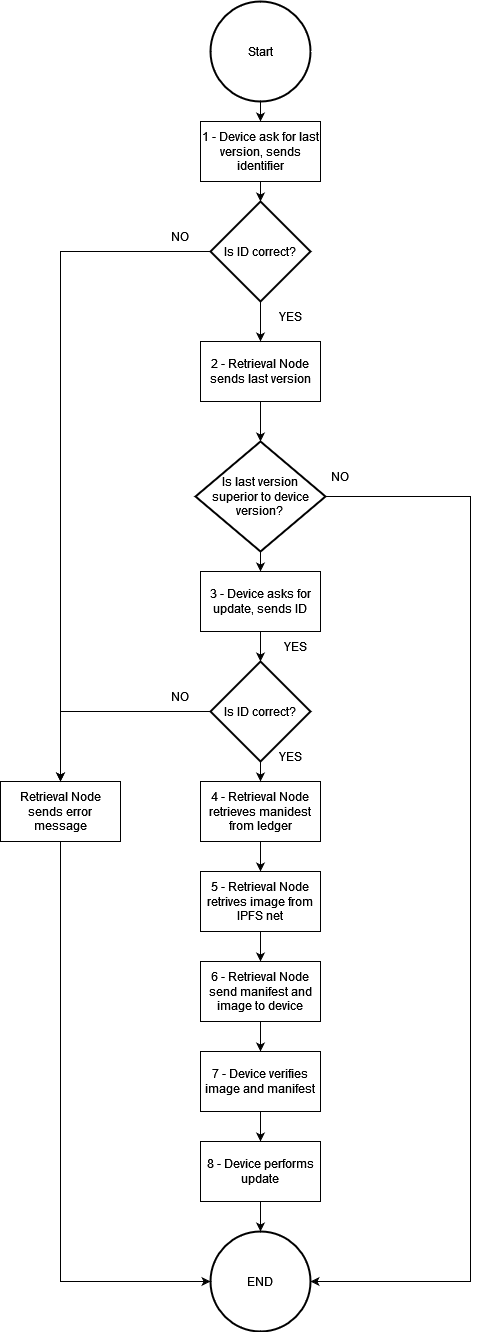
Earlier version of the draw.io export FlowDiagrams/RetrieveUpdate/RetrieveUpdate.drawio.png (sfl0r3nz05/DistributedBchFWArchIoT). Source tidied: cells renumbered, new cells last; positions are measured from the earlier drawing's top-left corner, leaving out a move shared by most shapes.
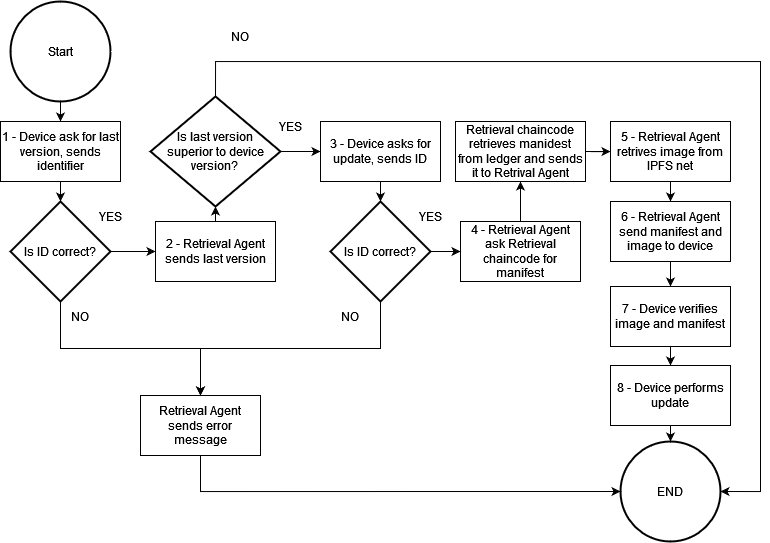
The same file after the commit.

Change to the diagram source:
```diff
@@ -14,106 +14,113 @@
     <mxCell id="5" value="1 - Device ask for last version, sends identifier" style="rounded=0;whiteSpace=wrap;html=1;" parent="1" vertex="1">
       <mxGeometry x="200" y="120" width="120" height="60" as="geometry" />
     </mxCell>
-    <mxCell id="6" style="edgeStyle=orthogonalEdgeStyle;rounded=0;jettySize=auto;html=1;exitX=0.5;exitY=1;exitDx=0;exitDy=0;entryX=0.5;entryY=0;entryDx=0;entryDy=0;entryPerimeter=0;" parent="1" edge="1" source="7" target="13">
+    <mxCell id="6" style="edgeStyle=orthogonalEdgeStyle;rounded=0;jettySize=auto;html=1;exitX=0.5;exitY=0;exitDx=0;exitDy=0;entryX=0.5;entryY=1;entryDx=0;entryDy=0;entryPerimeter=0;" parent="1" edge="1" source="7" target="13">
       <mxGeometry relative="1" as="geometry" />
     </mxCell>
-    <mxCell id="7" value="2 - Retrieval Node sends last version" style="rounded=0;whiteSpace=wrap;html=1;" parent="1" vertex="1">
-      <mxGeometry x="200" y="340" width="120" height="60" as="geometry" />
+    <mxCell id="7" value="2 - Retrieval Agent sends last version" style="rounded=0;whiteSpace=wrap;html=1;" parent="1" vertex="1">
+      <mxGeometry x="355" y="220" width="120" height="60" as="geometry" />
     </mxCell>
-    <mxCell id="8" style="edgeStyle=orthogonalEdgeStyle;rounded=0;jettySize=auto;html=1;exitX=0.5;exitY=1;exitDx=0;exitDy=0;exitPerimeter=0;entryX=0.5;entryY=0;entryDx=0;entryDy=0;" parent="1" edge="1" source="10" target="7">
+    <mxCell id="8" style="edgeStyle=orthogonalEdgeStyle;rounded=0;jettySize=auto;html=1;exitX=1;exitY=0.5;exitDx=0;exitDy=0;exitPerimeter=0;entryX=0;entryY=0.5;entryDx=0;entryDy=0;" parent="1" edge="1" source="10" target="7">
       <mxGeometry relative="1" as="geometry" />
     </mxCell>
-    <mxCell id="9" style="edgeStyle=orthogonalEdgeStyle;rounded=0;jettySize=auto;html=1;exitX=0;exitY=0.5;exitDx=0;exitDy=0;exitPerimeter=0;entryX=0.5;entryY=0;entryDx=0;entryDy=0;" parent="1" edge="1" source="10" target="16">
+    <mxCell id="9" style="edgeStyle=orthogonalEdgeStyle;rounded=0;jettySize=auto;html=1;exitX=0.5;exitY=1;exitDx=0;exitDy=0;exitPerimeter=0;entryX=0.5;entryY=0;entryDx=0;entryDy=0;" parent="1" edge="1" source="10" target="16">
       <mxGeometry relative="1" as="geometry" />
     </mxCell>
     <mxCell id="10" value="Is ID correct?" style="strokeWidth=2;html=1;shape=mxgraph.flowchart.decision;whiteSpace=wrap;" parent="1" vertex="1">
       <mxGeometry x="210" y="200" width="100" height="100" as="geometry" />
     </mxCell>
-    <mxCell id="11" style="edgeStyle=orthogonalEdgeStyle;rounded=0;jettySize=auto;html=1;exitX=0.5;exitY=1;exitDx=0;exitDy=0;exitPerimeter=0;entryX=0.5;entryY=0;entryDx=0;entryDy=0;" parent="1" edge="1" source="13" target="19">
+    <mxCell id="11" style="edgeStyle=orthogonalEdgeStyle;rounded=0;jettySize=auto;html=1;exitX=1;exitY=0.5;exitDx=0;exitDy=0;exitPerimeter=0;entryX=0;entryY=0.5;entryDx=0;entryDy=0;" parent="1" edge="1" source="13" target="19">
       <mxGeometry relative="1" as="geometry" />
     </mxCell>
-    <mxCell id="12" style="edgeStyle=orthogonalEdgeStyle;rounded=0;jettySize=auto;html=1;exitX=1;exitY=0.5;exitDx=0;exitDy=0;exitPerimeter=0;entryX=1;entryY=0.5;entryDx=0;entryDy=0;entryPerimeter=0;" parent="1" edge="1" source="13" target="35">
+    <mxCell id="12" style="edgeStyle=orthogonalEdgeStyle;rounded=0;jettySize=auto;html=1;exitX=0.5;exitY=0;exitDx=0;exitDy=0;exitPerimeter=0;entryX=1;entryY=0.5;entryDx=0;entryDy=0;entryPerimeter=0;" parent="1" edge="1" source="13" target="35">
       <mxGeometry relative="1" as="geometry">
         <Array as="points">
-          <mxPoint x="470" y="495" />
-          <mxPoint x="470" y="1280" />
+          <mxPoint x="415" y="60" />
+          <mxPoint x="960" y="60" />
+          <mxPoint x="960" y="490" />
         </Array>
       </mxGeometry>
     </mxCell>
     <mxCell id="13" value="&lt;div&gt;Is last version&lt;/div&gt;&lt;div&gt;superior to device version?&lt;br&gt;&lt;/div&gt;" style="strokeWidth=2;html=1;shape=mxgraph.flowchart.decision;whiteSpace=wrap;" parent="1" vertex="1">
-      <mxGeometry x="195" y="440" width="130" height="110" as="geometry" />
+      <mxGeometry x="350" y="95" width="130" height="110" as="geometry" />
     </mxCell>
     <mxCell id="14" value="YES" style="text;html=1;strokeColor=none;fillColor=none;align=center;verticalAlign=middle;whiteSpace=wrap;rounded=0;" parent="1" vertex="1">
-      <mxGeometry x="260" y="300" width="60" height="30" as="geometry" />
+      <mxGeometry x="280" y="200" width="60" height="30" as="geometry" />
     </mxCell>
     <mxCell id="15" style="edgeStyle=orthogonalEdgeStyle;rounded=0;jettySize=auto;html=1;exitX=0.5;exitY=1;exitDx=0;exitDy=0;entryX=0;entryY=0.5;entryDx=0;entryDy=0;entryPerimeter=0;" parent="1" edge="1" source="16" target="35">
       <mxGeometry relative="1" as="geometry" />
     </mxCell>
-    <mxCell id="16" value="Retrieval Node sends error message" style="rounded=0;whiteSpace=wrap;html=1;" parent="1" vertex="1">
-      <mxGeometry y="780" width="120" height="60" as="geometry" />
+    <mxCell id="16" value="Retrieval Agent sends error message" style="rounded=0;whiteSpace=wrap;html=1;" parent="1" vertex="1">
+      <mxGeometry x="340" y="394" width="120" height="60" as="geometry" />
     </mxCell>
     <mxCell id="17" value="NO" style="text;html=1;strokeColor=none;fillColor=none;align=center;verticalAlign=middle;whiteSpace=wrap;rounded=0;" parent="1" vertex="1">
-      <mxGeometry x="150" y="220" width="60" height="30" as="geometry" />
+      <mxGeometry x="250" y="300" width="60" height="30" as="geometry" />
     </mxCell>
     <mxCell id="18" style="edgeStyle=orthogonalEdgeStyle;rounded=0;jettySize=auto;html=1;exitX=0.5;exitY=1;exitDx=0;exitDy=0;entryX=0.5;entryY=0;entryDx=0;entryDy=0;entryPerimeter=0;" parent="1" edge="1" source="19" target="24">
       <mxGeometry relative="1" as="geometry" />
     </mxCell>
     <mxCell id="19" value="3 - Device asks for update, sends ID" style="rounded=0;whiteSpace=wrap;html=1;" parent="1" vertex="1">
-      <mxGeometry x="200" y="570" width="120" height="60" as="geometry" />
+      <mxGeometry x="520" y="120" width="120" height="60" as="geometry" />
     </mxCell>
-    <mxCell id="20" style="edgeStyle=orthogonalEdgeStyle;rounded=0;jettySize=auto;html=1;exitX=0.5;exitY=1;exitDx=0;exitDy=0;" parent="1" edge="1" source="21" target="28">
-      <mxGeometry relative="1" as="geometry" />
-    </mxCell>
+    <mxCell id="38" style="edgeStyle=orthogonalEdgeStyle;rounded=0;jettySize=auto;html=1;exitX=0.5;exitY=0;exitDx=0;exitDy=0;entryX=0.5;entryY=1;entryDx=0;entryDy=0;" parent="1" edge="1" source="21" target="40">
+      <mxGeometry relative="1" as="geometry" />
+    </mxCell>
-    <mxCell id="21" value="4 - Retrieval Node retrieves manidest from ledger" style="rounded=0;whiteSpace=wrap;html=1;" parent="1" vertex="1">
-      <mxGeometry x="200" y="780" width="120" height="60" as="geometry" />
+    <mxCell id="21" value="4 - Retrieval Agent ask Retrieval chaincode for manifest" style="rounded=0;whiteSpace=wrap;html=1;" parent="1" vertex="1">
+      <mxGeometry x="660" y="220" width="120" height="60" as="geometry" />
     </mxCell>
-    <mxCell id="22" style="edgeStyle=orthogonalEdgeStyle;rounded=0;jettySize=auto;html=1;exitX=0.5;exitY=1;exitDx=0;exitDy=0;exitPerimeter=0;entryX=0.5;entryY=0;entryDx=0;entryDy=0;" parent="1" edge="1" source="24" target="21">
+    <mxCell id="22" style="edgeStyle=orthogonalEdgeStyle;rounded=0;jettySize=auto;html=1;exitX=1;exitY=0.5;exitDx=0;exitDy=0;exitPerimeter=0;entryX=0;entryY=0.5;entryDx=0;entryDy=0;" parent="1" edge="1" source="24" target="21">
       <mxGeometry relative="1" as="geometry" />
     </mxCell>
-    <mxCell id="23" style="edgeStyle=orthogonalEdgeStyle;rounded=0;jettySize=auto;html=1;exitX=0;exitY=0.5;exitDx=0;exitDy=0;exitPerimeter=0;entryX=0.5;entryY=0;entryDx=0;entryDy=0;" parent="1" edge="1" source="24" target="16">
+    <mxCell id="23" style="edgeStyle=orthogonalEdgeStyle;rounded=0;jettySize=auto;html=1;exitX=0.5;exitY=1;exitDx=0;exitDy=0;exitPerimeter=0;entryX=0.5;entryY=0;entryDx=0;entryDy=0;" parent="1" edge="1" source="24" target="16">
       <mxGeometry relative="1" as="geometry" />
     </mxCell>
     <mxCell id="24" value="Is ID correct?" style="strokeWidth=2;html=1;shape=mxgraph.flowchart.decision;whiteSpace=wrap;" parent="1" vertex="1">
-      <mxGeometry x="210" y="660" width="100" height="100" as="geometry" />
+      <mxGeometry x="530" y="200" width="100" height="100" as="geometry" />
     </mxCell>
     <mxCell id="25" value="YES" style="text;html=1;strokeColor=none;fillColor=none;align=center;verticalAlign=middle;whiteSpace=wrap;rounded=0;" parent="1" vertex="1">
-      <mxGeometry x="260" y="740" width="60" height="30" as="geometry" />
+      <mxGeometry x="600" y="200" width="60" height="30" as="geometry" />
     </mxCell>
     <mxCell id="26" value="NO" style="text;html=1;strokeColor=none;fillColor=none;align=center;verticalAlign=middle;whiteSpace=wrap;rounded=0;" parent="1" vertex="1">
-      <mxGeometry x="150" y="680" width="60" height="30" as="geometry" />
+      <mxGeometry x="520" y="300" width="60" height="30" as="geometry" />
     </mxCell>
     <mxCell id="27" style="edgeStyle=orthogonalEdgeStyle;rounded=0;jettySize=auto;html=1;exitX=0.5;exitY=1;exitDx=0;exitDy=0;entryX=0.5;entryY=0;entryDx=0;entryDy=0;" parent="1" edge="1" source="28" target="30">
       <mxGeometry relative="1" as="geometry" />
     </mxCell>
-    <mxCell id="28" value="5 - Retrieval Node retrives image from IPFS net" style="rounded=0;whiteSpace=wrap;html=1;" parent="1" vertex="1">
-      <mxGeometry x="200" y="870" width="120" height="60" as="geometry" />
+    <mxCell id="28" value="5 - Retrieval Agent retrives image from IPFS net" style="rounded=0;whiteSpace=wrap;html=1;" parent="1" vertex="1">
+      <mxGeometry x="810" y="120" width="120" height="60" as="geometry" />
     </mxCell>
     <mxCell id="29" style="edgeStyle=orthogonalEdgeStyle;rounded=0;jettySize=auto;html=1;exitX=0.5;exitY=1;exitDx=0;exitDy=0;entryX=0.5;entryY=0;entryDx=0;entryDy=0;" parent="1" edge="1" source="30" target="32">
       <mxGeometry relative="1" as="geometry" />
     </mxCell>
-    <mxCell id="30" value="6 - Retrieval Node send manifest and image to device" style="rounded=0;whiteSpace=wrap;html=1;" parent="1" vertex="1">
-      <mxGeometry x="200" y="960" width="120" height="60" as="geometry" />
+    <mxCell id="30" value="6 - Retrieval Agent send manifest and image to device" style="rounded=0;whiteSpace=wrap;html=1;" parent="1" vertex="1">
+      <mxGeometry x="810" y="200" width="120" height="60" as="geometry" />
     </mxCell>
     <mxCell id="31" style="edgeStyle=orthogonalEdgeStyle;rounded=0;jettySize=auto;html=1;exitX=0.5;exitY=1;exitDx=0;exitDy=0;entryX=0.5;entryY=0;entryDx=0;entryDy=0;" parent="1" edge="1" source="32" target="34">
       <mxGeometry relative="1" as="geometry" />
     </mxCell>
     <mxCell id="32" value="7 - Device verifies image and manifest" style="rounded=0;whiteSpace=wrap;html=1;" parent="1" vertex="1">
-      <mxGeometry x="200" y="1050" width="120" height="60" as="geometry" />
+      <mxGeometry x="810" y="285" width="120" height="60" as="geometry" />
     </mxCell>
     <mxCell id="33" style="edgeStyle=orthogonalEdgeStyle;rounded=0;jettySize=auto;html=1;exitX=0.5;exitY=1;exitDx=0;exitDy=0;entryX=0.5;entryY=0;entryDx=0;entryDy=0;entryPerimeter=0;" parent="1" edge="1" source="34" target="35">
       <mxGeometry relative="1" as="geometry" />
     </mxCell>
     <mxCell id="34" value="8 - Device performs update" style="rounded=0;whiteSpace=wrap;html=1;" parent="1" vertex="1">
-      <mxGeometry x="200" y="1140" width="120" height="60" as="geometry" />
+      <mxGeometry x="810" y="364" width="120" height="60" as="geometry" />
     </mxCell>
     <mxCell id="35" value="END" style="strokeWidth=2;html=1;shape=mxgraph.flowchart.start_2;whiteSpace=wrap;" parent="1" vertex="1">
-      <mxGeometry x="210" y="1230" width="100" height="100" as="geometry" />
+      <mxGeometry x="820" y="440" width="100" height="100" as="geometry" />
     </mxCell>
     <mxCell id="36" value="NO" style="text;html=1;strokeColor=none;fillColor=none;align=center;verticalAlign=middle;whiteSpace=wrap;rounded=0;" parent="1" vertex="1">
-      <mxGeometry x="310" y="460" width="60" height="30" as="geometry" />
+      <mxGeometry x="410" y="20" width="60" height="30" as="geometry" />
     </mxCell>
     <mxCell id="37" value="YES" style="text;html=1;strokeColor=none;fillColor=none;align=center;verticalAlign=middle;whiteSpace=wrap;rounded=0;" parent="1" vertex="1">
-      <mxGeometry x="265" y="630" width="60" height="30" as="geometry" />
+      <mxGeometry x="460" y="110" width="60" height="30" as="geometry" />
     </mxCell>
+    <mxCell id="39" style="edgeStyle=orthogonalEdgeStyle;rounded=0;jettySize=auto;html=1;exitX=1;exitY=0.5;exitDx=0;exitDy=0;" parent="1" edge="1" source="40" target="28">
+      <mxGeometry relative="1" as="geometry" />
+    </mxCell>
+    <mxCell id="40" value="Retrieval chaincode retrieves manidest from ledger and sends it to Retrival Agent" style="rounded=0;whiteSpace=wrap;html=1;" parent="1" vertex="1">
+      <mxGeometry x="655" y="120" width="130" height="60" as="geometry" />
+    </mxCell>
   </root>
 </mxGraphModel>
```
